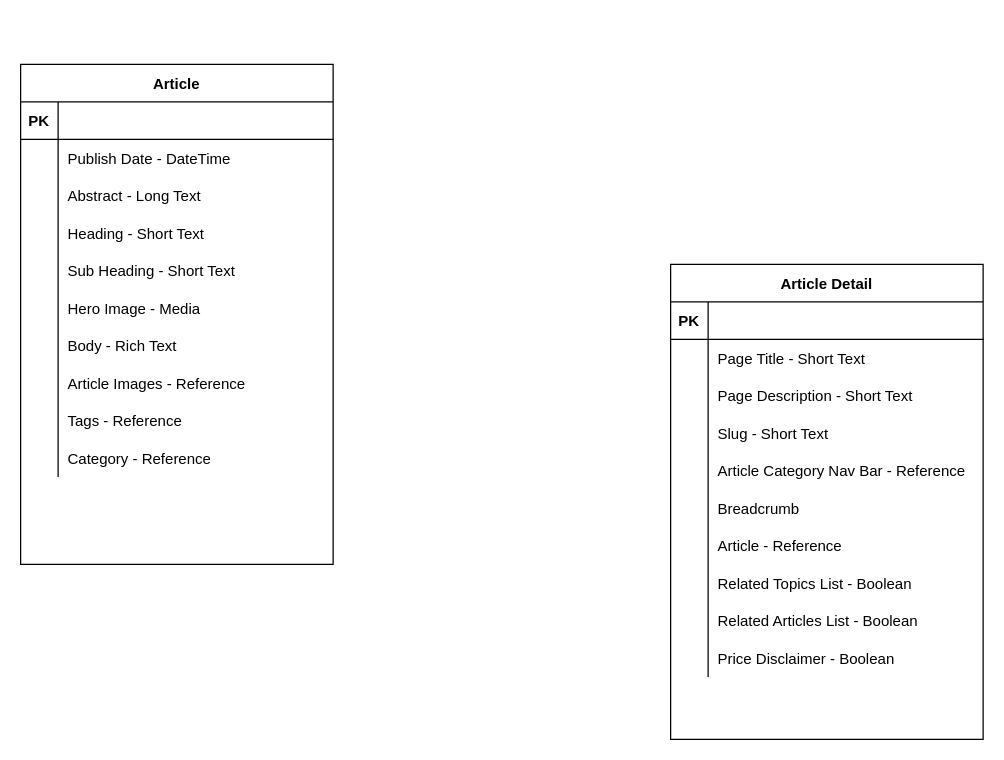
Above: Untitled Diagram.drawio in kkankala/erdiagrams (draw.io), before the change. Source tidied: cells renumbered, new cells numbered last; positions are measured from the earlier drawing's top-left corner, leaving out a move shared by most shapes. Both pictures are drawn from the tidied source at 125%, with x=0, y=0 at pixel (20, 64).
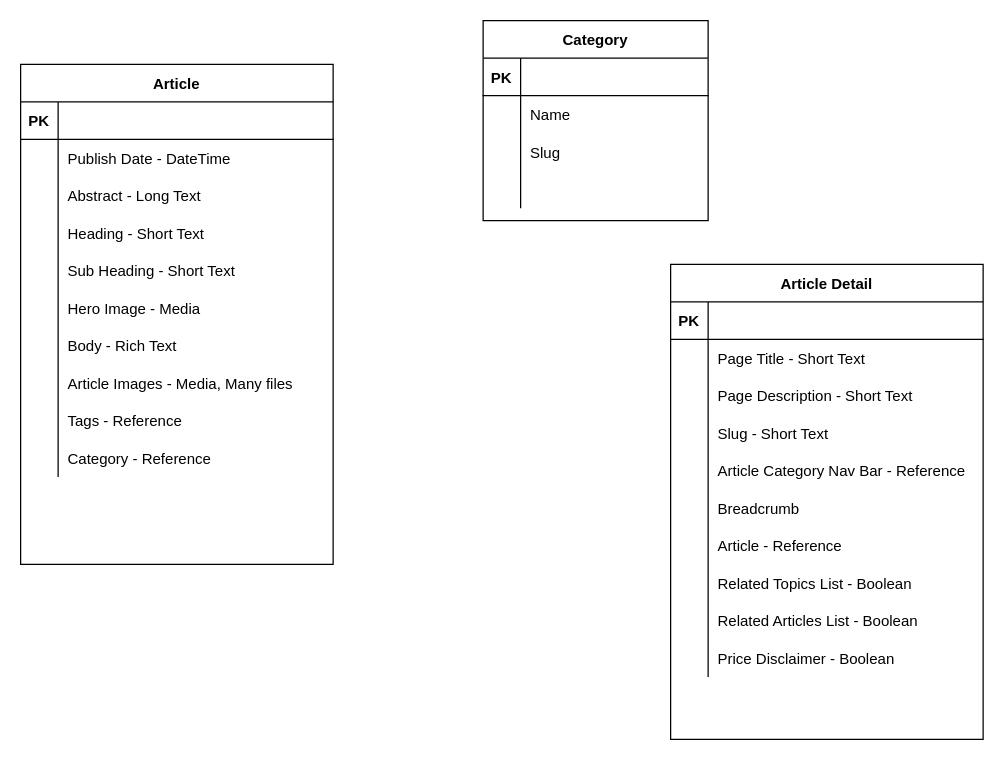
The same diagram, later.

The change refers to these unchanged cells:
```xml
<mxCell id="24" style="shape=partialRectangle;fillColor=none;top=0;left=0;right=0;bottom=0;" parent="2" vertex="1">
  <mxGeometry y="240" width="250" height="30" as="geometry" />
</mxCell>
```

Change to the diagram source:
```diff
@@
-    <mxCell id="26" value="Article Images - Reference" style="shape=partialRectangle;overflow=hidden;fillColor=none;top=0;left=0;bottom=0;right=0;align=left;spacingLeft=6;" parent="24" vertex="1">
+    <mxCell id="26" value="Article Images - Media, Many files" style="shape=partialRectangle;overflow=hidden;fillColor=none;top=0;left=0;bottom=0;right=0;align=left;spacingLeft=6;" parent="24" vertex="1">
       <mxGeometry x="30" width="220" height="30" as="geometry" />
     </mxCell>
@@
+    <mxCell id="64" value="Category" style="shape=table;startSize=30;childLayout=tableLayout;rowLines=0;fontStyle=1;align=center;" parent="1" vertex="1">
+      <mxGeometry x="370" y="-35" width="180" height="160" as="geometry" />
+    </mxCell>
+    <mxCell id="65" style="shape=partialRectangle;fillColor=none;top=0;left=0;bottom=1;right=0;" parent="64" vertex="1">
+      <mxGeometry y="30" width="180" height="30" as="geometry" />
+    </mxCell>
+    <mxCell id="66" value="PK" style="shape=partialRectangle;fillColor=none;top=0;left=0;bottom=0;right=0;fontStyle=1;overflow=hidden;" parent="65" vertex="1">
+      <mxGeometry width="30" height="30" as="geometry" />
+    </mxCell>
+    <mxCell id="67" style="shape=partialRectangle;fillColor=none;top=0;left=0;bottom=0;right=0;align=left;spacingLeft=6;fontStyle=5;overflow=hidden;" parent="65" vertex="1">
+      <mxGeometry x="30" width="150" height="30" as="geometry" />
+    </mxCell>
+    <mxCell id="68" style="shape=partialRectangle;fillColor=none;top=0;left=0;bottom=0;right=0;" parent="64" vertex="1">
+      <mxGeometry y="60" width="180" height="30" as="geometry" />
+    </mxCell>
+    <mxCell id="69" style="shape=partialRectangle;fillColor=none;top=0;left=0;bottom=0;right=0;overflow=hidden;" parent="68" vertex="1">
+      <mxGeometry width="30" height="30" as="geometry" />
+    </mxCell>
+    <mxCell id="70" value="Name" style="shape=partialRectangle;fillColor=none;top=0;left=0;bottom=0;right=0;align=left;spacingLeft=6;overflow=hidden;" parent="68" vertex="1">
+      <mxGeometry x="30" width="150" height="30" as="geometry" />
+    </mxCell>
+    <mxCell id="71" style="shape=partialRectangle;fillColor=none;top=0;left=0;bottom=0;right=0;" parent="64" vertex="1">
+      <mxGeometry y="90" width="180" height="30" as="geometry" />
+    </mxCell>
+    <mxCell id="72" style="shape=partialRectangle;fillColor=none;top=0;left=0;bottom=0;right=0;overflow=hidden;" parent="71" vertex="1">
+      <mxGeometry width="30" height="30" as="geometry" />
+    </mxCell>
+    <mxCell id="73" value="Slug" style="shape=partialRectangle;fillColor=none;top=0;left=0;bottom=0;right=0;align=left;spacingLeft=6;overflow=hidden;" parent="71" vertex="1">
+      <mxGeometry x="30" width="150" height="30" as="geometry" />
+    </mxCell>
+    <mxCell id="74" style="shape=partialRectangle;fillColor=none;top=0;left=0;bottom=0;right=0;" parent="64" vertex="1">
+      <mxGeometry y="120" width="180" height="30" as="geometry" />
+    </mxCell>
+    <mxCell id="75" style="shape=partialRectangle;fillColor=none;top=0;left=0;bottom=0;right=0;overflow=hidden;" parent="74" vertex="1">
+      <mxGeometry width="30" height="30" as="geometry" />
+    </mxCell>
+    <mxCell id="76" style="shape=partialRectangle;fillColor=none;top=0;left=0;bottom=0;right=0;align=left;spacingLeft=6;overflow=hidden;" parent="74" vertex="1">
+      <mxGeometry x="30" width="150" height="30" as="geometry" />
+    </mxCell>
```
